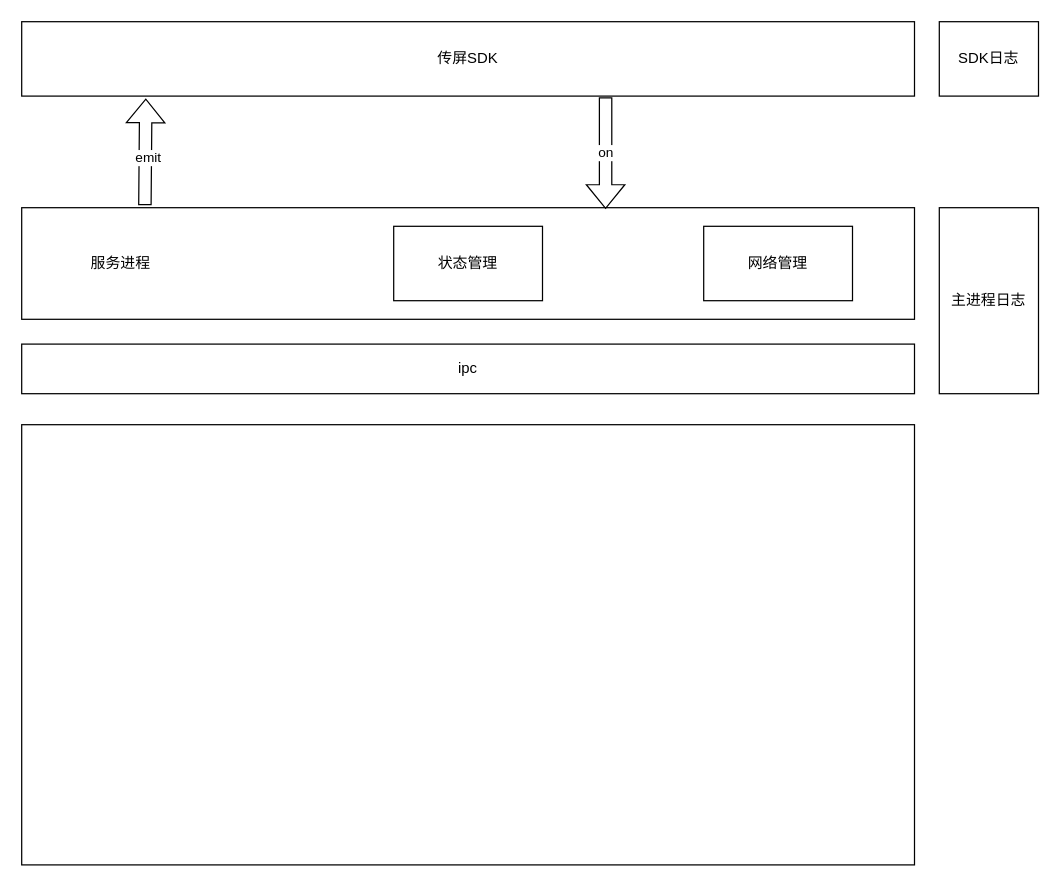
kkgg123/ROOT keeps this draw.io diagram as Untitled Diagram.drawio. Above is the earlier version. Source tidied: cells renumbered, new cells numbered last; positions are measured from the earlier drawing's top-left corner, leaving out a move shared by most shapes. Both pictures are drawn from the tidied source at 124%, with x=0, y=0 at pixel (21, 21).
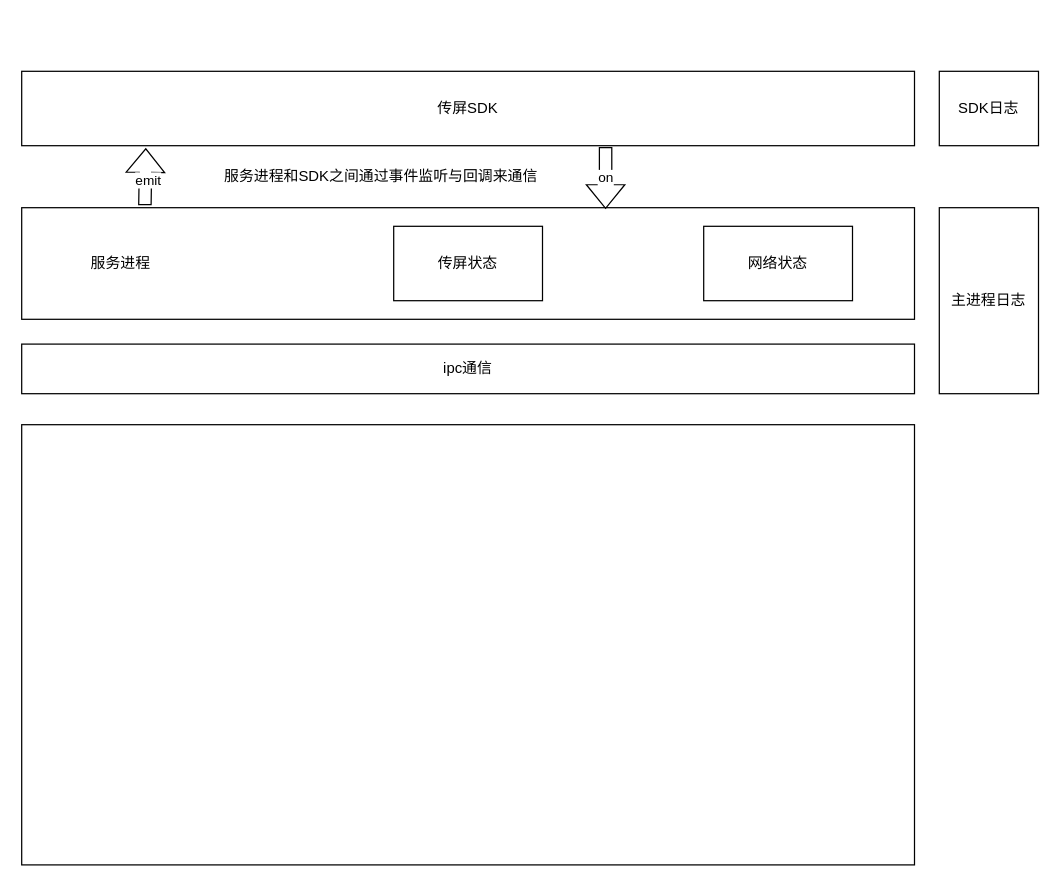
The same diagram, later.

Diff of the diagram source:
```diff
@@
 <mxGraphModel>
   <root>
     <mxCell id="0" />
     <mxCell id="1" parent="0" />
     <mxCell id="2" style="rounded=0;whiteSpace=wrap;html=1;" parent="1" vertex="1">
       <mxGeometry y="150" width="720" height="90" as="geometry" />
     </mxCell>
     <mxCell id="3" value="传屏SDK" style="rounded=0;whiteSpace=wrap;html=1;" parent="1" vertex="1">
-      <mxGeometry width="720" height="60" as="geometry" />
+      <mxGeometry y="40" width="720" height="60" as="geometry" />
     </mxCell>
-    <mxCell id="4" value="状态管理" style="rounded=0;whiteSpace=wrap;html=1;" parent="1" vertex="1">
+    <mxCell id="4" value="传屏状态" style="rounded=0;whiteSpace=wrap;html=1;" parent="1" vertex="1">
       <mxGeometry x="300" y="165" width="120" height="60" as="geometry" />
     </mxCell>
-    <mxCell id="5" value="网络管理" style="rounded=0;whiteSpace=wrap;html=1;" parent="1" vertex="1">
+    <mxCell id="5" value="网络状态" style="rounded=0;whiteSpace=wrap;html=1;" parent="1" vertex="1">
       <mxGeometry x="550" y="165" width="120" height="60" as="geometry" />
     </mxCell>
-    <mxCell id="6" value="ipc" style="rounded=0;whiteSpace=wrap;html=1;" parent="1" vertex="1">
+    <mxCell id="6" value="ipc通信" style="rounded=0;whiteSpace=wrap;html=1;" parent="1" vertex="1">
       <mxGeometry y="260" width="720" height="40" as="geometry" />
     </mxCell>
     <mxCell id="7" value="服务进程" style="text;html=1;strokeColor=none;fillColor=none;align=center;verticalAlign=middle;whiteSpace=wrap;rounded=0;" parent="1" vertex="1">
       <mxGeometry x="50" y="180" width="60" height="30" as="geometry" />
     </mxCell>
     <mxCell id="8" style="rounded=0;whiteSpace=wrap;html=1;" parent="1" vertex="1">
       <mxGeometry y="325" width="720" height="355" as="geometry" />
     </mxCell>
     <mxCell id="9" value="主进程日志" style="rounded=0;whiteSpace=wrap;html=1;" parent="1" vertex="1">
       <mxGeometry x="740" y="150" width="80" height="150" as="geometry" />
     </mxCell>
     <mxCell id="10" style="shape=flexArrow;endArrow=classic;html=1;rounded=0;entryX=0.654;entryY=0.011;entryDx=0;entryDy=0;entryPerimeter=0;exitX=0.654;exitY=1.017;exitDx=0;exitDy=0;exitPerimeter=0;" parent="1" edge="1" source="3" target="2">
       <mxGeometry relative="1" as="geometry" />
     </mxCell>
     <mxCell id="11" value="on" style="edgeLabel;html=1;align=center;verticalAlign=middle;" parent="10" vertex="1">
       <mxGeometry x="-0.02" relative="1" as="geometry" />
     </mxCell>
     <mxCell id="12" style="shape=flexArrow;endArrow=classic;html=1;rounded=0;exitX=0.138;exitY=-0.022;exitDx=0;exitDy=0;exitPerimeter=0;entryX=0.139;entryY=1.033;entryDx=0;entryDy=0;entryPerimeter=0;" parent="1" edge="1" source="2" target="3">
       <mxGeometry relative="1" as="geometry" />
     </mxCell>
     <mxCell id="13" value="emit" style="edgeLabel;html=1;align=center;verticalAlign=middle;" parent="12" vertex="1">
       <mxGeometry x="-0.09" y="-2" relative="1" as="geometry" />
     </mxCell>
     <mxCell id="14" value="SDK日志" style="rounded=0;whiteSpace=wrap;html=1;" parent="1" vertex="1">
-      <mxGeometry x="740" width="80" height="60" as="geometry" />
+      <mxGeometry x="740" y="40" width="80" height="60" as="geometry" />
     </mxCell>
+    <mxCell id="15" value="服务进程和SDK之间通过事件监听与回调来通信" style="text;html=1;strokeColor=none;fillColor=none;align=center;verticalAlign=middle;whiteSpace=wrap;rounded=0;" parent="1" vertex="1">
+      <mxGeometry x="150" y="110" width="280" height="30" as="geometry" />
+    </mxCell>
   </root>
 </mxGraphModel>
```
